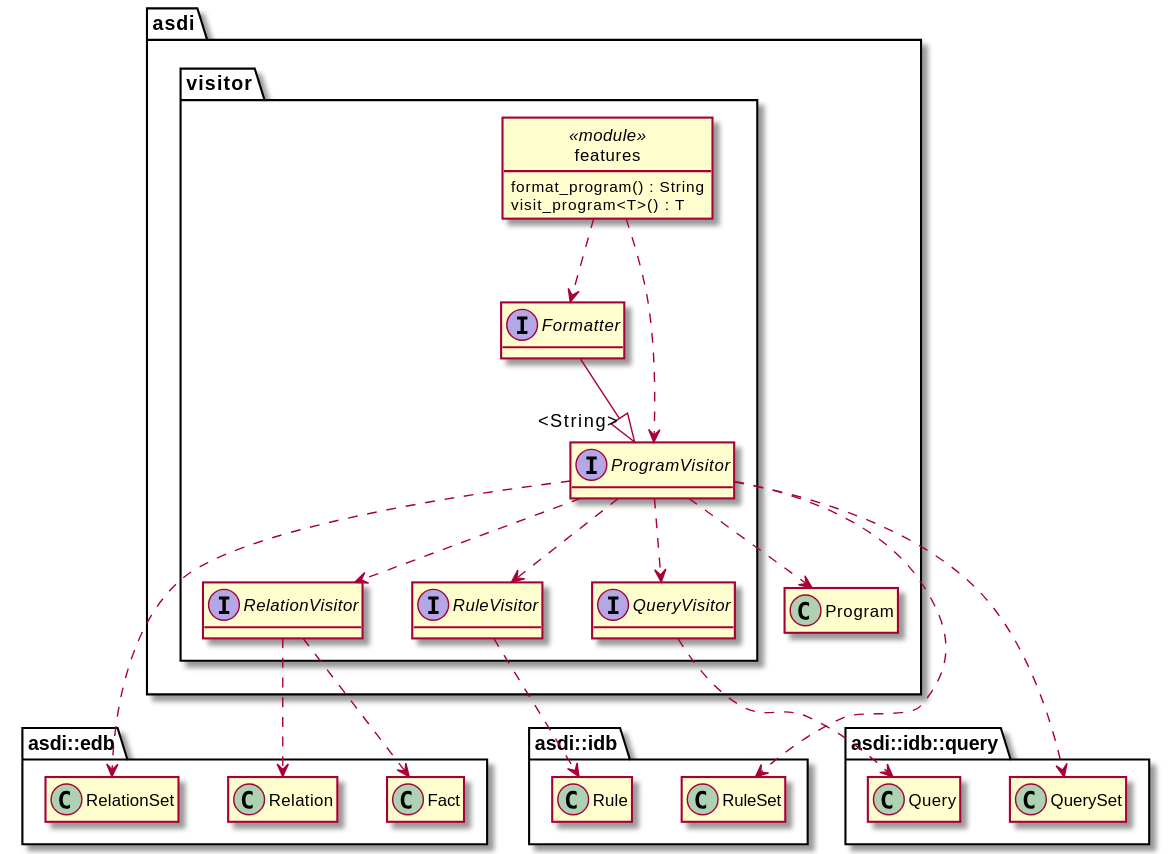
Before: book/src/model/visitor.svg, a diagram exported from PlantUML (johnstonskj/rust-asdi).
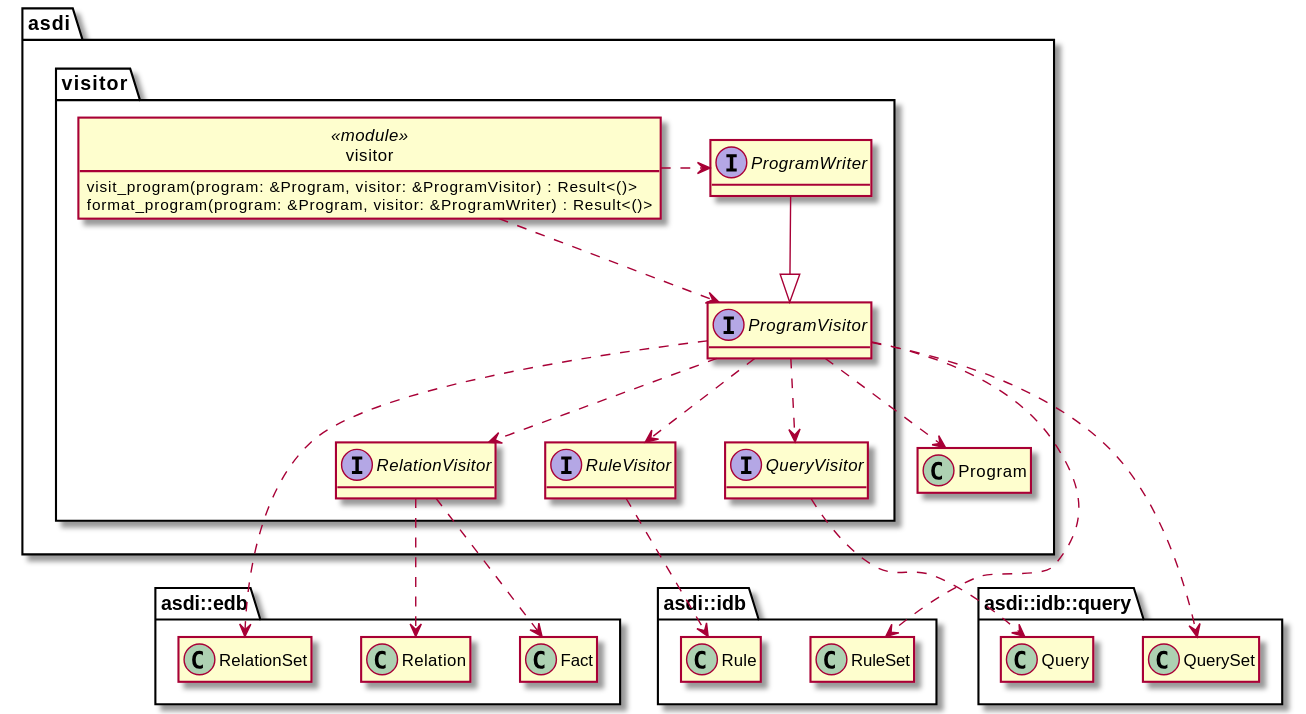
Later version of the same file.

Change to the diagram source:
```diff
@@ -28,14 +28,11 @@
 
 namespace asdi::visitor {
 
-    interface Formatter
-
     interface ProgramVisitor
+    interface ProgramWriter
     interface RelationVisitor
     interface RuleVisitor
     interface QueryVisitor
-
-    Formatter --|> "<String>" ProgramVisitor
 
     ProgramVisitor ..> RelationVisitor
     ProgramVisitor ..> RuleVisitor
@@ -45,6 +42,8 @@
     ProgramVisitor ..> asdi::idb::RuleSet
     ProgramVisitor ..> asdi::idb::query::QuerySet
 
+    ProgramWriter --|> ProgramVisitor
+
     RelationVisitor ..> asdi::edb::Relation
     RelationVisitor ..> asdi::edb::Fact
 
@@ -52,13 +51,14 @@
 
     QueryVisitor ..> asdi::idb::query::Query
 
-    class features << module >> {
-        format_program() : String
-        visit_program<T>() : T
+
+    class visitor << module >> {
+        visit_program(program: &Program, visitor: &ProgramVisitor) : Result<()>
+        format_program(program: &Program, visitor: &ProgramWriter) : Result<()>
     }
 
-    features ..> ProgramVisitor
-    features ..> Formatter
+    visitor .right.> ProgramVisitor
+    visitor .right.> ProgramWriter
 }
 
 @enduml
```
